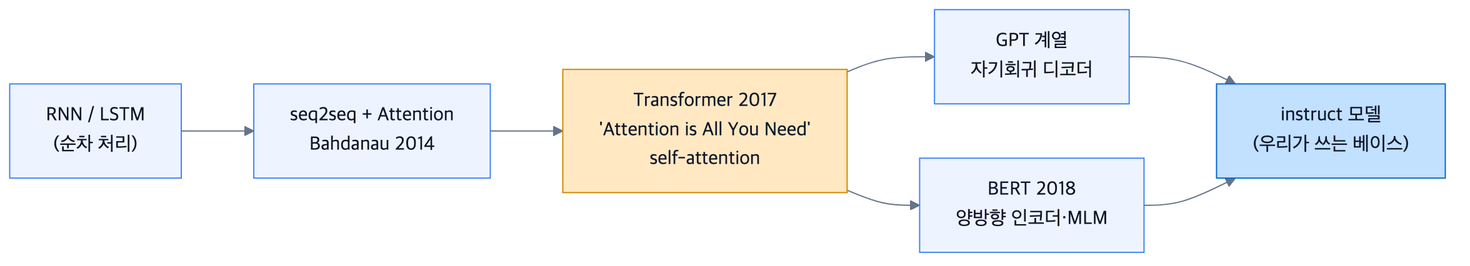
Before: wiki/diagrams/03-architecture.png, a diagram exported from Mermaid (xide-projext/nlp-unsloth-finetuning-kit). Its source is kept beside it as wiki/diagrams/src/03-architecture.mmd.
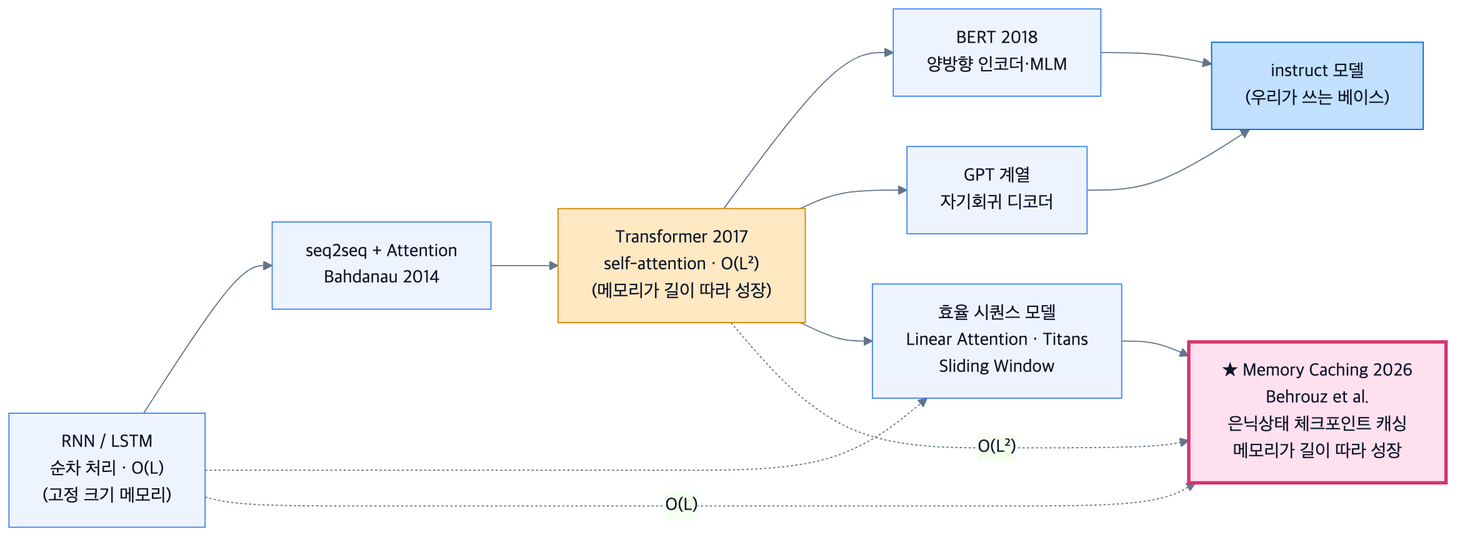
After the commit.

Commit message:
아키텍처 계보에 전환점 Memory Caching(2026) 추가

Change to the diagram source:
```diff
@@ -1,9 +1,15 @@
 graph LR
-  A["RNN / LSTM<br/>(순차 처리)"] --> B["seq2seq + Attention<br/>Bahdanau 2014"]
-  B --> C["Transformer 2017<br/>'Attention is All You Need'<br/>self-attention"]
+  A["RNN / LSTM<br/>순차 처리 · O(L)<br/>(고정 크기 메모리)"] --> B["seq2seq + Attention<br/>Bahdanau 2014"]
+  B --> C["Transformer 2017<br/>self-attention · O(L²)<br/>(메모리가 길이 따라 성장)"]
   C --> D["BERT 2018<br/>양방향 인코더·MLM"]
   C --> E["GPT 계열<br/>자기회귀 디코더"]
   E --> F["instruct 모델<br/>(우리가 쓰는 베이스)"]
   D --> F
+  C --> G["효율 시퀀스 모델<br/>Linear Attention · Titans<br/>Sliding Window"]
+  A -.-> G
+  G --> H["★ Memory Caching 2026<br/>Behrouz et al.<br/>은닉상태 체크포인트 캐싱<br/>메모리가 길이 따라 성장"]
+  A -.->|"O(L)"| H
+  C -.->|"O(L²)"| H
   style C fill:#ffe8c2,stroke:#d08700
   style F fill:#c2e0ff,stroke:#0066cc
+  style H fill:#ffe0ef,stroke:#d6336c,stroke-width:3px
```
